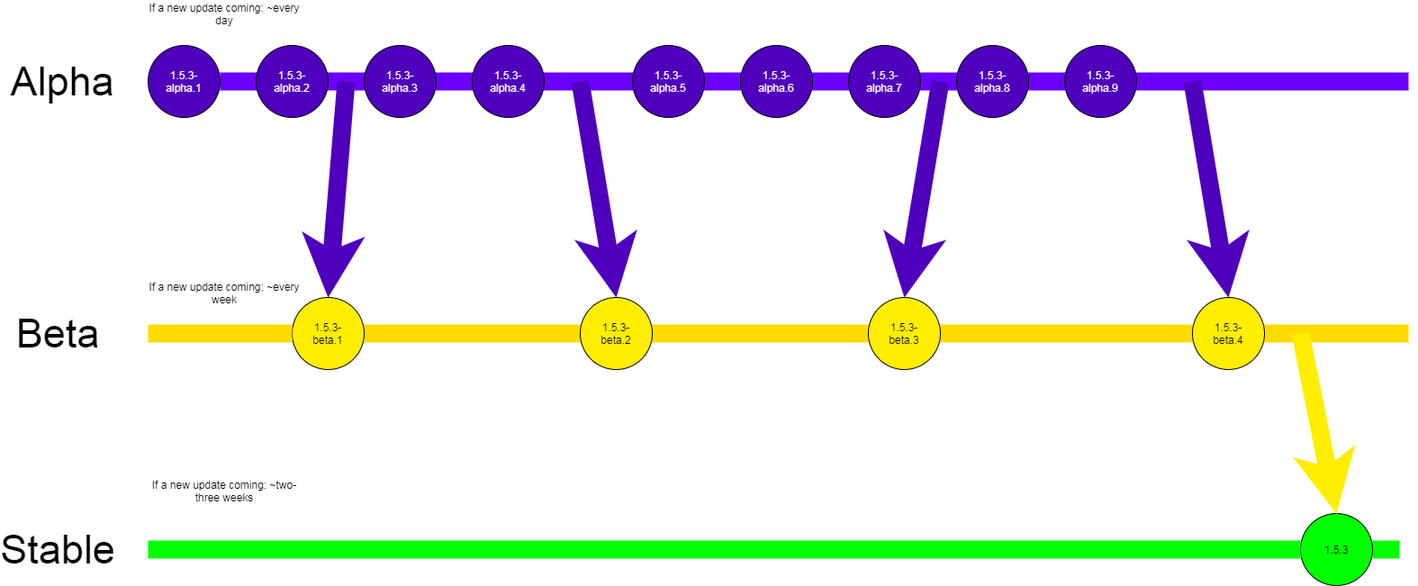
Before: versions.png, a diagram exported from draw.io (koviubi56/sablon-eng). Source tidied: cells renumbered, new cells last; positions are measured from the earlier drawing's top-left corner, leaving out a move shared by most shapes.
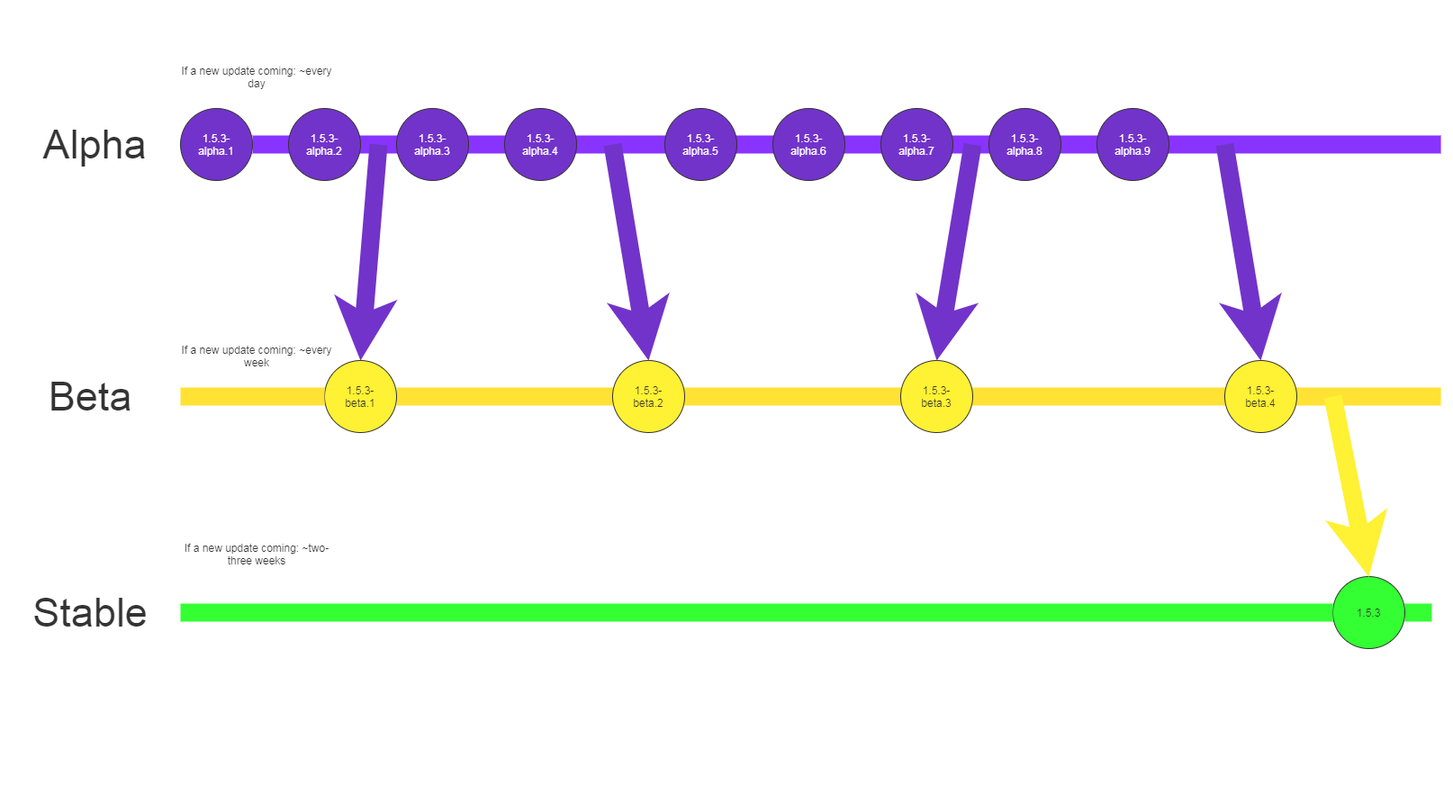
After the change.

Diff of the diagram source:
```diff
@@ -199,5 +199,8 @@
     <mxCell id="54" value="If a new update coming: ~two-three weeks" style="text;html=1;strokeColor=none;fillColor=none;align=center;verticalAlign=middle;whiteSpace=wrap;rounded=0;" parent="1" vertex="1">
       <mxGeometry x="120" y="530" width="170" height="30" as="geometry" />
     </mxCell>
+    <mxCell id="55" style="rounded=0;whiteSpace=wrap;html=1;comic=0;sketch=0;fillColor=#ffffff;strokeColor=none;opacity=20;" parent="1" vertex="1">
+      <mxGeometry x="-80" y="-70" width="1600" height="900" as="geometry" />
+    </mxCell>
   </root>
 </mxGraphModel>
```
